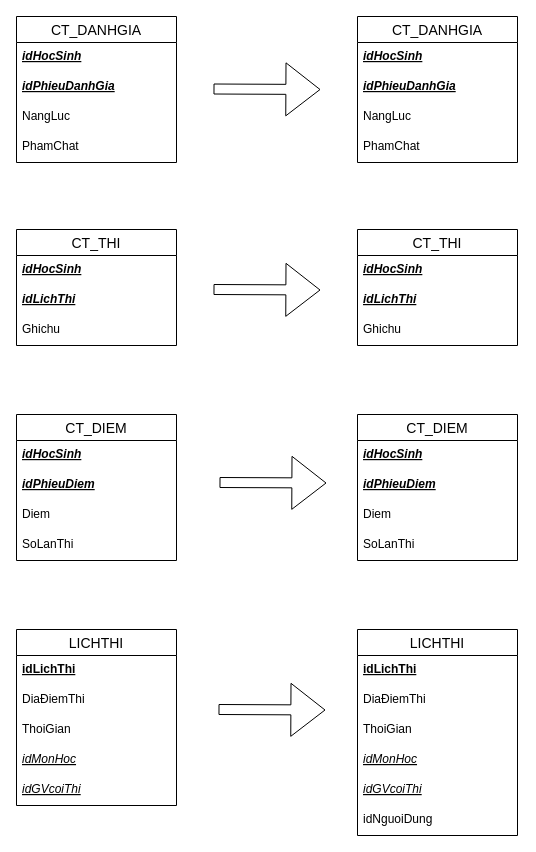
This is 4.3.2.drawio from TLGKien/graph, a draw.io file, before an edit. Source tidied: cells renumbered, new cells numbered last; positions are measured from the earlier drawing's top-left corner, leaving out a move shared by most shapes. Both pictures are drawn from the tidied source at 100%, with x=0, y=0 at pixel (16, 16).
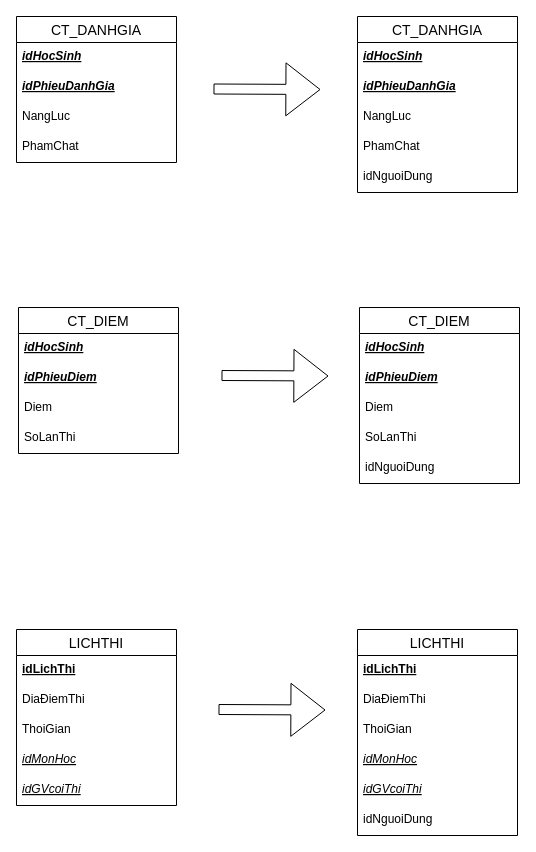
Above is the later version.

Diff of the diagram source:
```diff
@@
-    <mxCell id="8" value="CT_THI" style="swimlane;fontStyle=0;horizontal=1;startSize=26;align=center;fontSize=14;" parent="1" vertex="1">
-      <mxGeometry y="213" width="160" height="116" as="geometry" />
-    </mxCell>
-    <mxCell id="9" value="idHocSinh" style="text;strokeColor=none;fillColor=none;spacingLeft=4;spacingRight=4;overflow=hidden;fontSize=12;fontStyle=7;" parent="8" vertex="1">
-      <mxGeometry y="26" width="160" height="30" as="geometry" />
-    </mxCell>
-    <mxCell id="10" value="idLichThi" style="text;strokeColor=none;fillColor=none;spacingLeft=4;spacingRight=4;overflow=hidden;fontSize=12;fontStyle=7;" parent="8" vertex="1">
-      <mxGeometry y="56" width="160" height="30" as="geometry" />
-    </mxCell>
-    <mxCell id="11" value="Ghichu" style="text;strokeColor=none;fillColor=none;spacingLeft=4;spacingRight=4;overflow=hidden;fontSize=12;fontStyle=0;" parent="8" vertex="1">
-      <mxGeometry y="86" width="160" height="30" as="geometry" />
-    </mxCell>
     <mxCell id="12" value="CT_DIEM" style="swimlane;fontStyle=0;horizontal=1;startSize=26;align=center;fontSize=14;" parent="1" vertex="1">
-      <mxGeometry y="398" width="160" height="146" as="geometry" />
+      <mxGeometry x="2" y="291" width="160" height="146" as="geometry" />
     </mxCell>
@@
     <mxCell id="22" value="CT_DANHGIA" style="swimlane;fontStyle=0;horizontal=1;startSize=26;align=center;fontSize=14;" parent="1" vertex="1">
-      <mxGeometry x="341" width="160" height="146" as="geometry" />
+      <mxGeometry x="341" width="160" height="176" as="geometry" />
     </mxCell>
@@
+    <mxCell id="47" value="idNguoiDung" style="text;strokeColor=none;fillColor=none;spacingLeft=4;spacingRight=4;overflow=hidden;fontSize=12;" parent="22" vertex="1">
+      <mxGeometry y="146" width="160" height="30" as="geometry" />
+    </mxCell>
@@
-    <mxCell id="28" value="CT_THI" style="swimlane;fontStyle=0;horizontal=1;startSize=26;align=center;fontSize=14;" parent="1" vertex="1">
-      <mxGeometry x="341" y="213" width="160" height="116" as="geometry" />
-    </mxCell>
-    <mxCell id="29" value="idHocSinh" style="text;strokeColor=none;fillColor=none;spacingLeft=4;spacingRight=4;overflow=hidden;fontSize=12;fontStyle=7;" parent="28" vertex="1">
-      <mxGeometry y="26" width="160" height="30" as="geometry" />
-    </mxCell>
-    <mxCell id="30" value="idLichThi" style="text;strokeColor=none;fillColor=none;spacingLeft=4;spacingRight=4;overflow=hidden;fontSize=12;fontStyle=7;" parent="28" vertex="1">
-      <mxGeometry y="56" width="160" height="30" as="geometry" />
-    </mxCell>
-    <mxCell id="31" value="Ghichu" style="text;strokeColor=none;fillColor=none;spacingLeft=4;spacingRight=4;overflow=hidden;fontSize=12;fontStyle=0;" parent="28" vertex="1">
-      <mxGeometry y="86" width="160" height="30" as="geometry" />
-    </mxCell>
-    <mxCell id="32" style="shape=flexArrow;endArrow=classic;html=1;endWidth=42;endSize=11.04;" parent="1" edge="1">
-      <mxGeometry relative="1" as="geometry">
-        <mxPoint x="197" y="273" as="sourcePoint" />
-        <mxPoint x="304" y="273.5" as="targetPoint" />
-      </mxGeometry>
-    </mxCell>
     <mxCell id="33" value="CT_DIEM" style="swimlane;fontStyle=0;horizontal=1;startSize=26;align=center;fontSize=14;" parent="1" vertex="1">
-      <mxGeometry x="341" y="398" width="160" height="146" as="geometry" />
+      <mxGeometry x="343" y="291" width="160" height="176" as="geometry" />
     </mxCell>
@@
+    <mxCell id="48" value="idNguoiDung" style="text;strokeColor=none;fillColor=none;spacingLeft=4;spacingRight=4;overflow=hidden;fontSize=12;" parent="33" vertex="1">
+      <mxGeometry y="146" width="160" height="30" as="geometry" />
+    </mxCell>
@@
     <mxCell id="45" style="shape=flexArrow;endArrow=classic;html=1;endWidth=42;endSize=11.04;" parent="1" edge="1">
       <mxGeometry relative="1" as="geometry">
-        <mxPoint x="203" y="466" as="sourcePoint" />
-        <mxPoint x="310" y="466.5" as="targetPoint" />
+        <mxPoint x="205" y="359" as="sourcePoint" />
+        <mxPoint x="312" y="359.5" as="targetPoint" />
       </mxGeometry>
     </mxCell>
```
